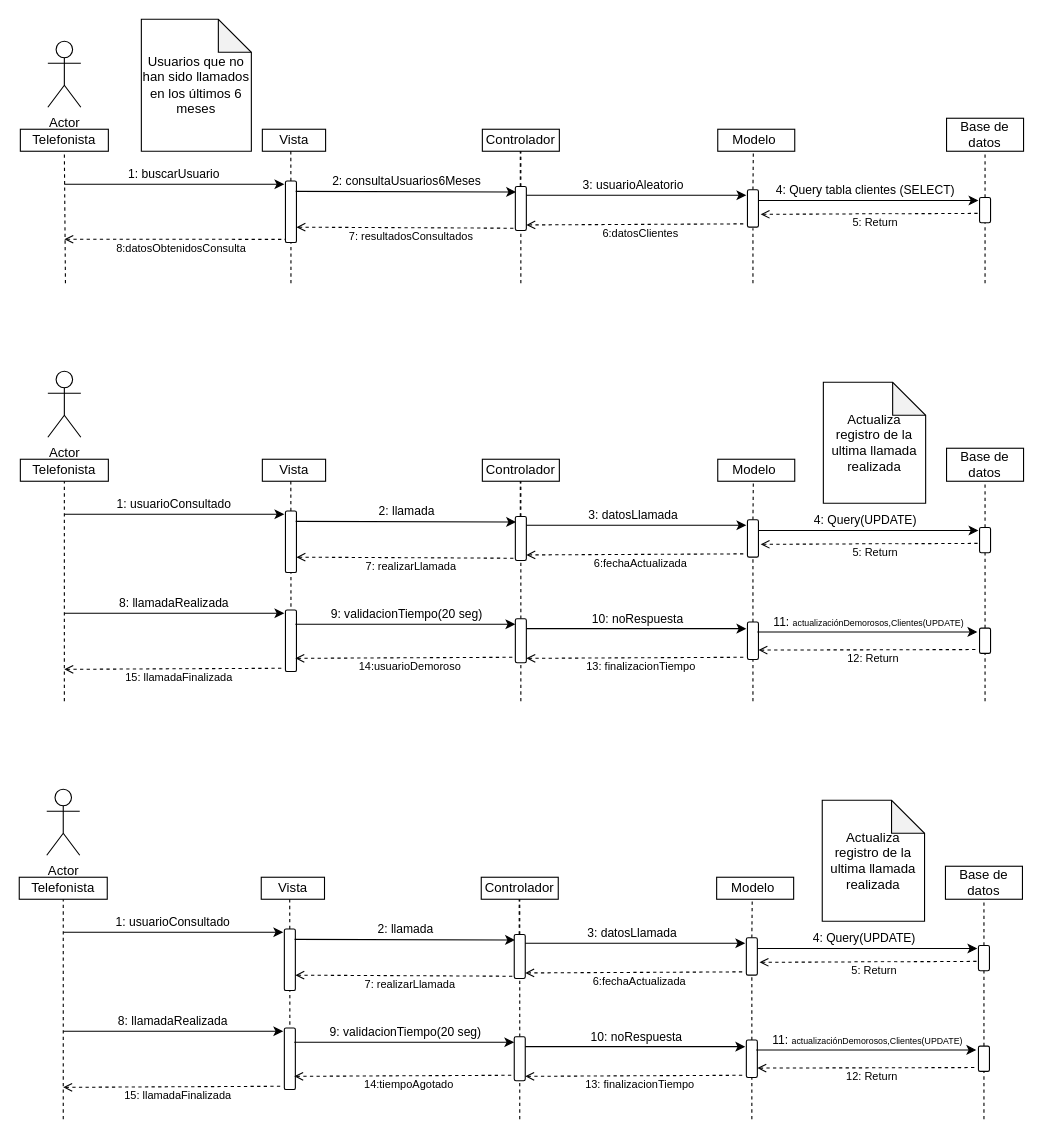
Above: pacial3.drawio in Andres-Nicolas/Diagramas (draw.io), before the change. Source tidied: cells renumbered, new cells numbered last; positions are measured from the earlier drawing's top-left corner, leaving out a move shared by most shapes. Both pictures are drawn from the tidied source at 110%, with x=0, y=0 at pixel (19, 19).
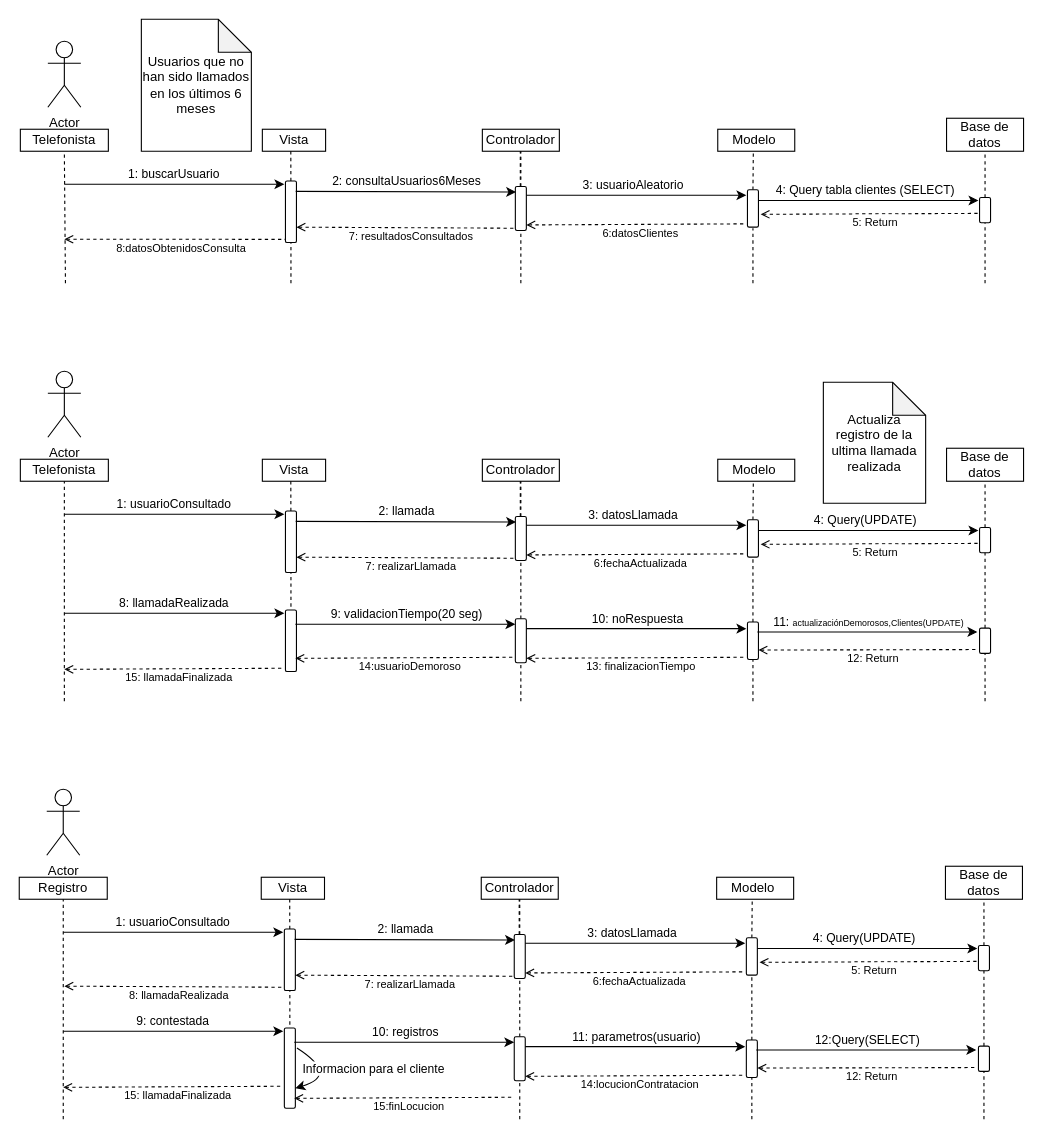
The same diagram, later.

Unchanged cells that the change refers to:
```xml
<mxCell id="132" style="endArrow=classic;html=1;rounded=0;" parent="1" edge="1">
  <mxGeometry relative="1" as="geometry">
    <mxPoint x="40" y="920" as="sourcePoint" />
    <mxPoint x="240" y="920" as="targetPoint" />
  </mxGeometry>
</mxCell>
<mxCell id="135" style="endArrow=classic;html=1;rounded=0;" parent="1" edge="1">
  <mxGeometry relative="1" as="geometry">
    <mxPoint x="250" y="930" as="sourcePoint" />
    <mxPoint x="450" y="930" as="targetPoint" />
  </mxGeometry>
</mxCell>
<mxCell id="139" style="endArrow=classic;html=1;rounded=0;" parent="1" edge="1">
  <mxGeometry relative="1" as="geometry">
    <mxPoint x="460" y="934" as="sourcePoint" />
    <mxPoint x="660" y="934" as="targetPoint" />
  </mxGeometry>
</mxCell>
<mxCell id="143" style="endArrow=classic;html=1;rounded=0;" parent="1" edge="1">
  <mxGeometry relative="1" as="geometry">
    <mxPoint x="670" y="937" as="sourcePoint" />
    <mxPoint x="870" y="937" as="targetPoint" />
  </mxGeometry>
</mxCell>
<mxCell id="149" style="endArrow=none;dashed=1;html=1;rounded=0;startArrow=open;startFill=0;exitX=0.75;exitY=0;exitDx=0;exitDy=0;" parent="1" edge="1">
  <mxGeometry relative="1" as="geometry">
    <mxPoint x="460" y="961" as="sourcePoint" />
    <mxPoint x="659" y="960" as="targetPoint" />
  </mxGeometry>
</mxCell>
```

What changed in the source:
```diff
@@
-    <mxCell id="97" value="Telefonista" style="rounded=0;whiteSpace=wrap;html=1;" parent="1" vertex="1">
+    <mxCell id="97" value="Registro" style="rounded=0;whiteSpace=wrap;html=1;" parent="1" vertex="1">
       <mxGeometry y="780" width="80" height="20" as="geometry" />
     </mxCell>
@@
-    <mxCell id="131" value="Actualiza registro de la ultima llamada realizada" style="shape=note;whiteSpace=wrap;html=1;backgroundOutline=1;darkOpacity=0.05;" parent="1" vertex="1">
-      <mxGeometry x="730" y="710" width="93" height="110" as="geometry" />
-    </mxCell>
@@
-    <mxCell id="133" value="8: llamadaRealizada&amp;nbsp;" style="edgeLabel;html=1;align=center;verticalAlign=middle;" parent="132" vertex="1">
+    <mxCell id="133" value="9: contestada&amp;nbsp;" style="edgeLabel;html=1;align=center;verticalAlign=middle;" parent="132" vertex="1">
       <mxGeometry x="-0.4" y="1" relative="1" as="geometry">
         <mxPoint x="40" y="-9" as="offset" />
       </mxGeometry>
     </mxCell>
     <mxCell id="134" style="rounded=1;whiteSpace=wrap;html=1;rotation=90;" parent="1" vertex="1">
-      <mxGeometry x="218" y="940" width="56" height="10" as="geometry" />
+      <mxGeometry x="209.5" y="948.5" width="73" height="10" as="geometry" />
     </mxCell>
@@
-    <mxCell id="136" value="9: validacionTiempo(20 seg)" style="edgeLabel;html=1;align=center;verticalAlign=middle;" parent="135" vertex="1">
+    <mxCell id="136" value="10: registros" style="edgeLabel;html=1;align=center;verticalAlign=middle;" parent="135" vertex="1">
       <mxGeometry x="-0.4" y="1" relative="1" as="geometry">
         <mxPoint x="40" y="-9" as="offset" />
       </mxGeometry>
     </mxCell>
@@
-    <mxCell id="140" value="10: noRespuesta" style="edgeLabel;html=1;align=center;verticalAlign=middle;" parent="139" vertex="1">
+    <mxCell id="140" value="11: parametros(usuario)" style="edgeLabel;html=1;align=center;verticalAlign=middle;" parent="139" vertex="1">
       <mxGeometry x="-0.4" y="1" relative="1" as="geometry">
         <mxPoint x="40" y="-9" as="offset" />
       </mxGeometry>
     </mxCell>
@@
-    <mxCell id="144" value="11: &lt;font style=&quot;font-size: 8px;&quot;&gt;actualizaciónDemorosos,Clientes(UPDATE)&lt;/font&gt;" style="edgeLabel;html=1;align=center;verticalAlign=middle;" parent="143" vertex="1">
+    <mxCell id="144" value="12:Query(SELECT)" style="edgeLabel;html=1;align=center;verticalAlign=middle;" parent="143" vertex="1">
       <mxGeometry x="-0.4" y="1" relative="1" as="geometry">
         <mxPoint x="40" y="-9" as="offset" />
       </mxGeometry>
     </mxCell>
@@
-    <mxCell id="150" value="&lt;font style=&quot;font-size: 10px;&quot;&gt;13: finalizacionTiempo&lt;/font&gt;" style="edgeLabel;html=1;align=center;verticalAlign=middle;" parent="149" vertex="1">
+    <mxCell id="150" value="&lt;font style=&quot;font-size: 10px;&quot;&gt;14:locucionContratacion&lt;/font&gt;" style="edgeLabel;html=1;align=center;verticalAlign=middle;" parent="149" vertex="1">
       <mxGeometry x="0.14" y="-2" relative="1" as="geometry">
         <mxPoint x="-10" y="5" as="offset" />
       </mxGeometry>
     </mxCell>
@@
     <mxCell id="153" style="endArrow=none;dashed=1;html=1;rounded=0;startArrow=open;startFill=0;exitX=0.75;exitY=0;exitDx=0;exitDy=0;" parent="1" edge="1">
       <mxGeometry relative="1" as="geometry">
-        <mxPoint x="250" y="961" as="sourcePoint" />
-        <mxPoint x="449" y="960" as="targetPoint" />
+        <mxPoint x="250" y="981" as="sourcePoint" />
+        <mxPoint x="449" y="980" as="targetPoint" />
       </mxGeometry>
     </mxCell>
-    <mxCell id="154" value="&lt;font style=&quot;font-size: 10px;&quot;&gt;14:tiempoAgotado&lt;/font&gt;" style="edgeLabel;html=1;align=center;verticalAlign=middle;" parent="153" vertex="1">
+    <mxCell id="154" value="&lt;span style=&quot;font-size: 10px;&quot;&gt;15:finLocucion&lt;/span&gt;" style="edgeLabel;html=1;align=center;verticalAlign=middle;" parent="153" vertex="1">
       <mxGeometry x="0.14" y="-2" relative="1" as="geometry">
         <mxPoint x="-10" y="5" as="offset" />
       </mxGeometry>
     </mxCell>
+    <mxCell id="155" style="endArrow=none;dashed=1;html=1;rounded=0;startArrow=open;startFill=0;exitX=0.75;exitY=0;exitDx=0;exitDy=0;" parent="1" edge="1">
+      <mxGeometry relative="1" as="geometry">
+        <mxPoint x="41" y="879" as="sourcePoint" />
+        <mxPoint x="240" y="880" as="targetPoint" />
+      </mxGeometry>
+    </mxCell>
+    <mxCell id="156" value="&lt;font style=&quot;font-size: 10px;&quot;&gt;8: llamadaRealizada&lt;/font&gt;" style="edgeLabel;html=1;align=center;verticalAlign=middle;" parent="155" vertex="1">
+      <mxGeometry x="0.14" y="-3" relative="1" as="geometry">
+        <mxPoint x="-9" y="4" as="offset" />
+      </mxGeometry>
+    </mxCell>
+    <mxCell id="157" style="endArrow=none;html=1;rounded=0;edgeStyle=orthogonalEdgeStyle;curved=1;entryX=0.25;entryY=-0.146;entryDx=0;entryDy=0;entryPerimeter=0;exitX=0.75;exitY=0;exitDx=0;exitDy=0;endFill=0;startArrow=classic;startFill=1;" parent="1" edge="1" source="134" target="134">
+      <mxGeometry relative="1" as="geometry">
+        <Array as="points">
+          <mxPoint x="291" y="960" />
+        </Array>
+      </mxGeometry>
+    </mxCell>
+    <mxCell id="158" value="Informacion para el cliente" style="edgeLabel;html=1;align=center;verticalAlign=middle;" parent="157" vertex="1">
+      <mxGeometry x="0.41" y="3" relative="1" as="geometry">
+        <mxPoint x="49" y="2" as="offset" />
+      </mxGeometry>
+    </mxCell>
```
